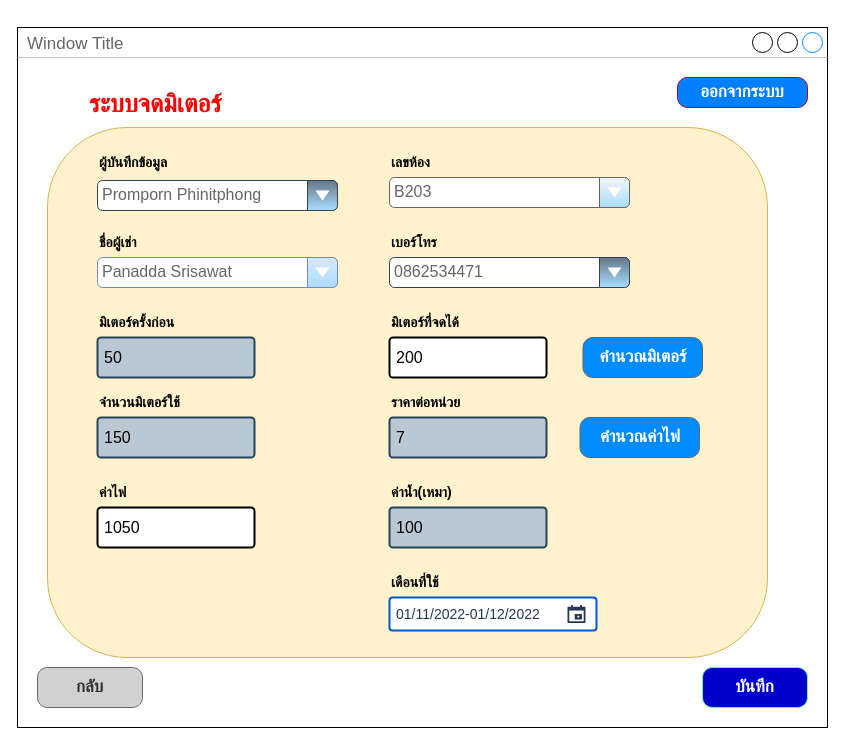
This is page "meter" (1 of 21) of SE.drawio from nunpromporn/SE, a draw.io file, before an edit. Source tidied: cells renumbered, new cells numbered last; positions are measured from the earlier drawing's top-left corner, leaving out a move shared by most shapes. Both pictures are drawn from the tidied source at 100%, with x=0, y=0 at pixel (17, 27).
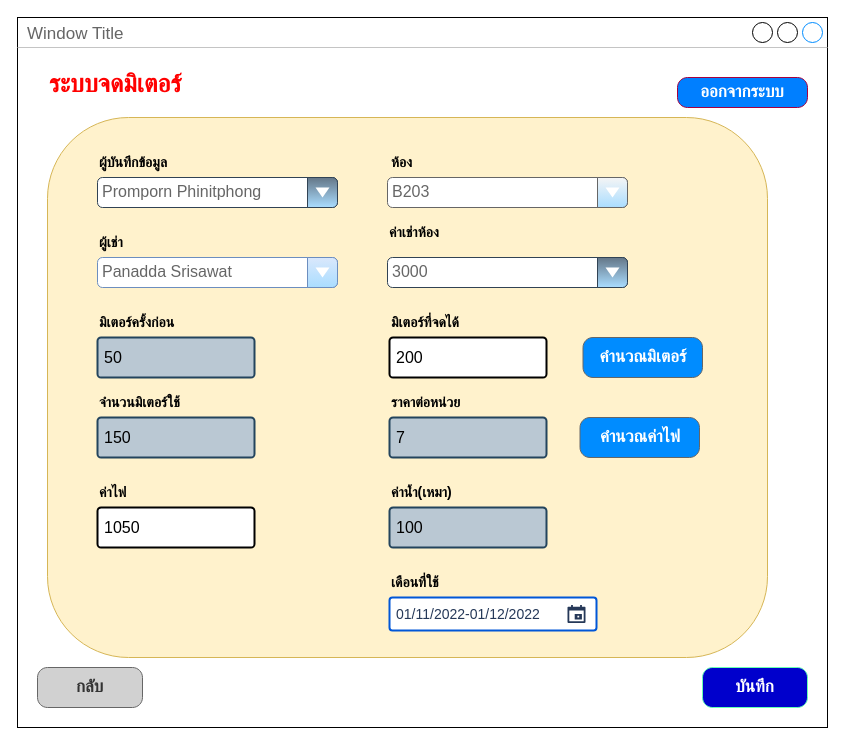
The same diagram, later.

Change to the diagram source:
```diff
@@
     <mxCell id="2" value="Window Title" style="strokeWidth=1;shadow=0;dashed=0;align=center;html=1;shape=mxgraph.mockup.containers.window;align=left;verticalAlign=top;spacingLeft=8;strokeColor2=#008cff;strokeColor3=#c4c4c4;fontColor=#666666;mainText=;fontSize=17;labelBackgroundColor=none;" parent="1" vertex="1">
-      <mxGeometry width="810" height="700" as="geometry" />
+      <mxGeometry y="-10" width="810" height="710" as="geometry" />
     </mxCell>
     <mxCell id="3" style="rounded=1;whiteSpace=wrap;html=1;fillColor=#fff2cc;strokeColor=#d6b656;" parent="1" vertex="1">
-      <mxGeometry x="30" y="100" width="720" height="530" as="geometry" />
+      <mxGeometry x="30" y="90" width="720" height="540" as="geometry" />
     </mxCell>
@@
-    <mxCell id="7" value="&lt;span style=&quot;font-size: 14px;&quot;&gt;&lt;b&gt;เลขห้อง&lt;/b&gt;&lt;/span&gt;" style="text;html=1;strokeColor=none;fillColor=none;align=left;verticalAlign=middle;whiteSpace=wrap;rounded=0;" parent="1" vertex="1">
+    <mxCell id="7" value="&lt;span style=&quot;font-size: 14px;&quot;&gt;&lt;b&gt;ห้อง&lt;/b&gt;&lt;/span&gt;" style="text;html=1;strokeColor=none;fillColor=none;align=left;verticalAlign=middle;whiteSpace=wrap;rounded=0;" parent="1" vertex="1">
       <mxGeometry x="372" y="120" width="90" height="30" as="geometry" />
     </mxCell>
@@
     <mxCell id="9" value="&lt;span style=&quot;font-size: 25px;&quot;&gt;&lt;b style=&quot;&quot;&gt;&lt;font color=&quot;#ff0000&quot;&gt;ระบบจดมิเตอร์&lt;span style=&quot;white-space: pre;&quot;&gt; &lt;/span&gt;&lt;/font&gt;&lt;/b&gt;&lt;/span&gt;" style="text;html=1;strokeColor=none;fillColor=none;align=left;verticalAlign=middle;whiteSpace=wrap;rounded=0;" parent="1" vertex="1">
-      <mxGeometry x="70" y="60" width="320" height="30" as="geometry" />
+      <mxGeometry x="30" y="40" width="320" height="30" as="geometry" />
     </mxCell>
@@
     <mxCell id="12" value="&lt;font style=&quot;font-size: 16px;&quot; color=&quot;#666666&quot;&gt;B203&lt;/font&gt;" style="strokeWidth=1;shadow=0;dashed=0;align=center;html=1;shape=mxgraph.mockup.forms.comboBox;align=left;fillColor2=#aaddff;mainText=;fontSize=17;spacingLeft=3;fillColor=#f5f5f5;strokeColor=#666666;fontColor=#333333;" parent="1" vertex="1">
-      <mxGeometry x="372" y="150" width="240" height="30" as="geometry" />
+      <mxGeometry x="370" y="150" width="240" height="30" as="geometry" />
     </mxCell>
@@
-    <mxCell id="27" value="&lt;span style=&quot;font-size: 14px;&quot;&gt;&lt;b&gt;ชื่อผู้เช่า&lt;/b&gt;&lt;/span&gt;" style="text;html=1;strokeColor=none;fillColor=none;align=left;verticalAlign=middle;whiteSpace=wrap;rounded=0;" parent="1" vertex="1">
+    <mxCell id="27" value="&lt;span style=&quot;font-size: 14px;&quot;&gt;&lt;b&gt;ผู้เช่า&lt;/b&gt;&lt;/span&gt;" style="text;html=1;strokeColor=none;fillColor=none;align=left;verticalAlign=middle;whiteSpace=wrap;rounded=0;" parent="1" vertex="1">
       <mxGeometry x="80" y="200" width="90" height="30" as="geometry" />
     </mxCell>
@@
     <mxCell id="29" value="&lt;span style=&quot;font-size: 16px;&quot;&gt;&lt;font color=&quot;#666666&quot;&gt;Promporn Phinitphong&lt;/font&gt;&lt;/span&gt;" style="strokeWidth=1;shadow=0;dashed=0;align=center;html=1;shape=mxgraph.mockup.forms.comboBox;strokeColor=#314354;fillColor=#647687;align=left;fillColor2=#aaddff;mainText=;fontSize=17;spacingLeft=3;fontColor=#ffffff;" parent="1" vertex="1">
-      <mxGeometry x="80" y="153" width="240" height="30" as="geometry" />
+      <mxGeometry x="80" y="150" width="240" height="30" as="geometry" />
     </mxCell>
@@
-    <mxCell id="31" value="&lt;font color=&quot;#666666&quot;&gt;&lt;span style=&quot;font-size: 16px;&quot;&gt;0862534471&lt;/span&gt;&lt;/font&gt;" style="strokeWidth=1;shadow=0;dashed=0;align=center;html=1;shape=mxgraph.mockup.forms.comboBox;strokeColor=#314354;fillColor=#647687;align=left;fillColor2=#aaddff;mainText=;fontSize=17;spacingLeft=3;fontColor=#ffffff;" parent="1" vertex="1">
-      <mxGeometry x="372" y="230" width="240" height="30" as="geometry" />
+    <mxCell id="31" value="&lt;font color=&quot;#666666&quot;&gt;&lt;span style=&quot;font-size: 16px;&quot;&gt;3000&lt;/span&gt;&lt;/font&gt;" style="strokeWidth=1;shadow=0;dashed=0;align=center;html=1;shape=mxgraph.mockup.forms.comboBox;strokeColor=#314354;fillColor=#647687;align=left;fillColor2=#aaddff;mainText=;fontSize=17;spacingLeft=3;fontColor=#ffffff;" parent="1" vertex="1">
+      <mxGeometry x="370" y="230" width="240" height="30" as="geometry" />
     </mxCell>
-    <mxCell id="32" value="&lt;span style=&quot;font-size: 14px;&quot;&gt;&lt;b&gt;เบอร์โทร&lt;/b&gt;&lt;/span&gt;" style="text;html=1;strokeColor=none;fillColor=none;align=left;verticalAlign=middle;whiteSpace=wrap;rounded=0;" parent="1" vertex="1">
-      <mxGeometry x="372" y="200" width="90" height="30" as="geometry" />
+    <mxCell id="32" value="&lt;span style=&quot;font-size: 14px;&quot;&gt;&lt;b&gt;ค่าเช่าห้อง&lt;/b&gt;&lt;/span&gt;" style="text;html=1;strokeColor=none;fillColor=none;align=left;verticalAlign=middle;whiteSpace=wrap;rounded=0;" parent="1" vertex="1">
+      <mxGeometry x="370" y="190" width="90" height="30" as="geometry" />
     </mxCell>
```
